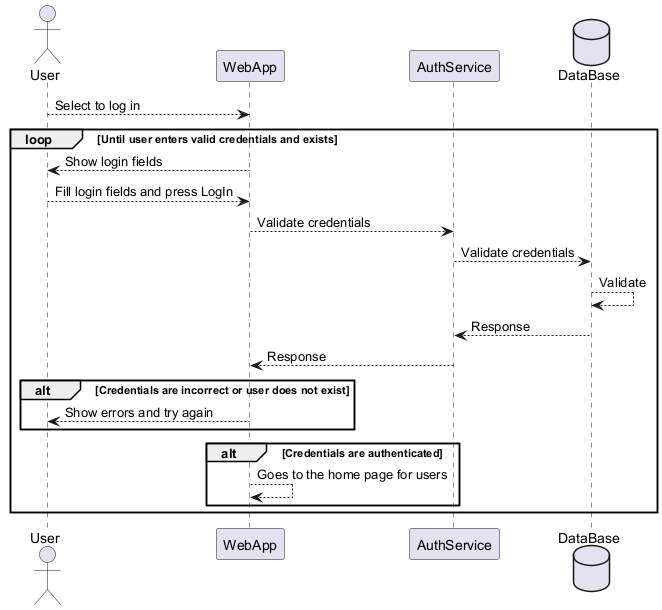
Earlier version of the PlantUML export images/LogIn.png (Arquisoft/wichat_en3b).
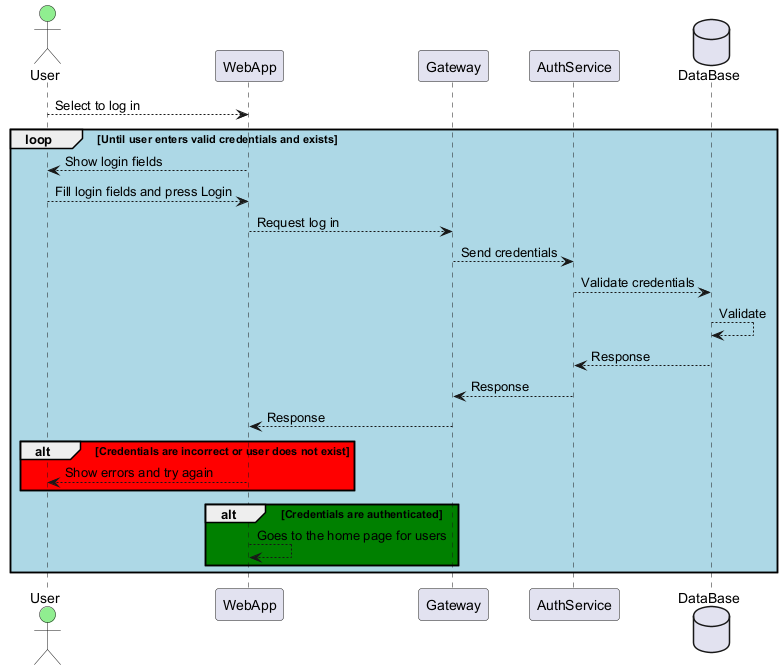
After the commit.

Diff of the diagram source:
```diff
@@ -1,30 +1,30 @@
 @startuml
-actor User
+actor User #lightgreen
 participant WebApp
+participant Gateway
 participant AuthService
 database DataBase
 
 User --> WebApp: Select to log in
 
-loop Until user enters valid credentials and exists
+loop #lightblue Until user enters valid credentials and exists
 
     WebApp --> User: Show login fields
-    User --> WebApp: Fill login fields and press LogIn
-    WebApp --> AuthService: Validate credentials
+    User --> WebApp: Fill login fields and press Login
+    WebApp --> Gateway: Request log in
+    Gateway --> AuthService: Send credentials
     AuthService --> DataBase: Validate credentials
     DataBase --> DataBase: Validate
     DataBase --> AuthService: Response
-    AuthService --> WebApp: Response
+    AuthService --> Gateway: Response
+    Gateway --> WebApp: Response
 
-
-    alt Credentials are incorrect or user does not exist
+    alt #red Credentials are incorrect or user does not exist
         WebApp --> User: Show errors and try again
     end
 
-    alt Credentials are authenticated
+    alt #green Credentials are authenticated
         WebApp --> WebApp: Goes to the home page for users
     end
-
-
 end
 @enduml
```
